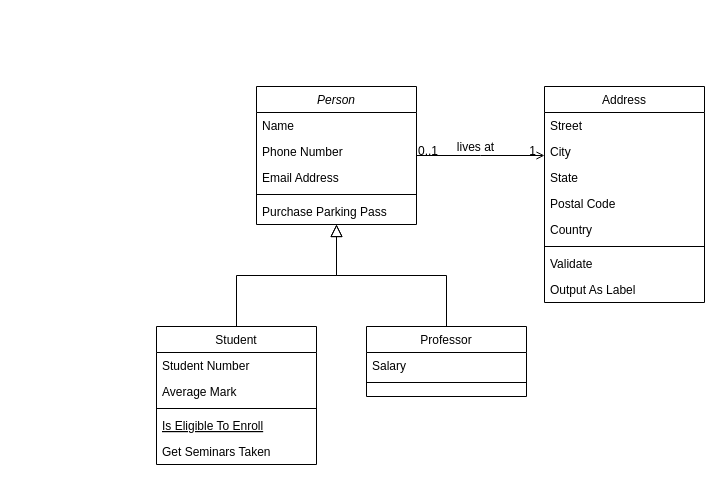
Earlier version of the draw.io diagram 제목 없는 다이어그램.drawio (develoHAM/kdt9_HotDog). Source tidied: cells renumbered, new cells numbered last; positions are measured from the earlier drawing's top-left corner, leaving out a move shared by most shapes. Both pictures are drawn from the tidied source at 100%, with x=0, y=0 at pixel (156, 86).
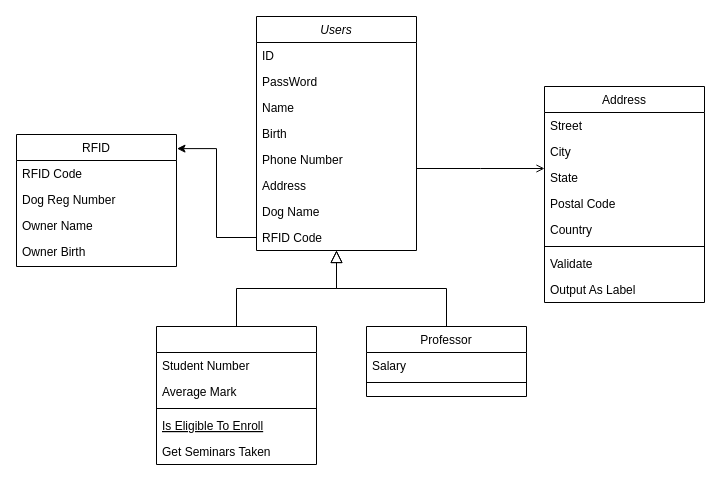
After the change.

Commit message:
제목 없는 다이어그램.drawio 업데이트

Unchanged cells that the change refers to:
```xml
<mxCell id="28" style="endArrow=open;shadow=0;strokeWidth=1;rounded=0;endFill=1;edgeStyle=elbowEdgeStyle;elbow=vertical;" parent="1" edge="1" source="2" target="19">
  <mxGeometry x="0.5" y="41" relative="1" as="geometry">
    <mxPoint x="-40" y="32" as="offset" />
  </mxGeometry>
</mxCell>
```

The edit, as a diff of the source:
```diff
@@
-    <mxCell id="2" value="Person" style="swimlane;fontStyle=2;align=center;verticalAlign=top;horizontal=1;startSize=26;rounded=0;shadow=0;strokeWidth=1;" parent="1" vertex="1">
-      <mxGeometry x="100" width="160" height="138" as="geometry" />
+    <mxCell id="2" value="Users" style="swimlane;fontStyle=2;align=center;verticalAlign=top;horizontal=1;startSize=26;rounded=0;shadow=0;strokeWidth=1;" parent="1" vertex="1">
+      <mxGeometry x="100" y="-70" width="160" height="234" as="geometry" />
     </mxCell>
-    <mxCell id="3" value="Name" style="text;align=left;verticalAlign=top;spacingLeft=4;spacingRight=4;overflow=hidden;" parent="2" vertex="1">
+    <mxCell id="3" value="ID" style="text;align=left;verticalAlign=top;spacingLeft=4;spacingRight=4;overflow=hidden;" parent="2" vertex="1">
       <mxGeometry y="26" width="160" height="26" as="geometry" />
     </mxCell>
+    <mxCell id="5" value="PassWord&#10;" style="text;align=left;verticalAlign=top;spacingLeft=4;spacingRight=4;overflow=hidden;rounded=0;shadow=0;html=0;" parent="2" vertex="1">
+      <mxGeometry y="52" width="160" height="26" as="geometry" />
+    </mxCell>
+    <mxCell id="32" value="Name" style="text;align=left;verticalAlign=top;spacingLeft=4;spacingRight=4;overflow=hidden;rounded=0;shadow=0;html=0;" parent="2" vertex="1">
+      <mxGeometry y="78" width="160" height="26" as="geometry" />
+    </mxCell>
+    <mxCell id="33" value="Birth" style="text;align=left;verticalAlign=top;spacingLeft=4;spacingRight=4;overflow=hidden;rounded=0;shadow=0;html=0;" parent="2" vertex="1">
+      <mxGeometry y="104" width="160" height="26" as="geometry" />
+    </mxCell>
     <mxCell id="4" value="Phone Number" style="text;align=left;verticalAlign=top;spacingLeft=4;spacingRight=4;overflow=hidden;rounded=0;shadow=0;html=0;" parent="2" vertex="1">
-      <mxGeometry y="52" width="160" height="26" as="geometry" />
+      <mxGeometry y="130" width="160" height="26" as="geometry" />
     </mxCell>
-    <mxCell id="5" value="Email Address" style="text;align=left;verticalAlign=top;spacingLeft=4;spacingRight=4;overflow=hidden;rounded=0;shadow=0;html=0;" parent="2" vertex="1">
-      <mxGeometry y="78" width="160" height="26" as="geometry" />
-    </mxCell>
-    <mxCell id="6" style="line;html=1;strokeWidth=1;align=left;verticalAlign=middle;spacingTop=-1;spacingLeft=3;spacingRight=3;labelPosition=right;" parent="2" vertex="1">
-      <mxGeometry y="104" width="160" height="8" as="geometry" />
-    </mxCell>
-    <mxCell id="7" value="Purchase Parking Pass" style="text;align=left;verticalAlign=top;spacingLeft=4;spacingRight=4;overflow=hidden;" parent="2" vertex="1">
-      <mxGeometry y="112" width="160" height="26" as="geometry" />
+    <mxCell id="7" value="Address&#10;" style="text;align=left;verticalAlign=top;spacingLeft=4;spacingRight=4;overflow=hidden;" parent="2" vertex="1">
+      <mxGeometry y="156" width="160" height="26" as="geometry" />
     </mxCell>
+    <mxCell id="34" value="Dog Name" style="text;align=left;verticalAlign=top;spacingLeft=4;spacingRight=4;overflow=hidden;rounded=0;shadow=0;html=0;" parent="2" vertex="1">
+      <mxGeometry y="182" width="160" height="26" as="geometry" />
+    </mxCell>
+    <mxCell id="35" value="RFID Code" style="text;align=left;verticalAlign=top;spacingLeft=4;spacingRight=4;overflow=hidden;points=[[0,0.5],[1,0.5]];portConstraint=eastwest;rounded=0;shadow=0;html=0;" parent="2" vertex="1">
+      <mxGeometry y="208" width="160" height="26" as="geometry" />
+    </mxCell>
-    <mxCell id="8" value="Student" style="swimlane;fontStyle=0;align=center;verticalAlign=top;horizontal=1;startSize=26;rounded=0;shadow=0;strokeWidth=1;" parent="1" vertex="1">
+    <mxCell id="8" style="swimlane;fontStyle=0;align=center;verticalAlign=top;horizontal=1;startSize=26;rounded=0;shadow=0;strokeWidth=1;" parent="1" vertex="1">
       <mxGeometry y="240" width="160" height="138" as="geometry" />
     </mxCell>
@@
-    <mxCell id="29" value="0..1" style="align=left;verticalAlign=bottom;labelBackgroundColor=none;fontSize=12;" parent="28" vertex="1">
-      <mxGeometry x="-1" relative="1" as="geometry">
-        <mxPoint y="4" as="offset" />
-      </mxGeometry>
-    </mxCell>
-    <mxCell id="30" value="1" style="align=right;verticalAlign=bottom;labelBackgroundColor=none;fontSize=12;" parent="28" vertex="1">
-      <mxGeometry x="1" relative="1" as="geometry">
-        <mxPoint x="-7" y="4" as="offset" />
-      </mxGeometry>
-    </mxCell>
-    <mxCell id="31" value="lives at" style="text;html=1;align=center;verticalAlign=middle;labelBackgroundColor=none;rounded=0;shadow=0;strokeWidth=1;fontSize=12;" parent="28" vertex="1">
-      <mxGeometry x="0.5" y="49" relative="1" as="geometry">
-        <mxPoint x="-38" y="40" as="offset" />
-      </mxGeometry>
-    </mxCell>
+    <mxCell id="36" value="RFID" style="swimlane;fontStyle=0;align=center;verticalAlign=top;horizontal=1;startSize=26;rounded=0;shadow=0;strokeWidth=1;" parent="1" vertex="1">
+      <mxGeometry x="-140" y="48" width="160" height="132" as="geometry" />
+    </mxCell>
+    <mxCell id="37" value="RFID Code" style="text;align=left;verticalAlign=top;spacingLeft=4;spacingRight=4;overflow=hidden;rounded=0;shadow=0;html=0;" parent="36" vertex="1">
+      <mxGeometry y="26" width="160" height="26" as="geometry" />
+    </mxCell>
+    <mxCell id="38" value="Dog Reg Number" style="text;align=left;verticalAlign=top;spacingLeft=4;spacingRight=4;overflow=hidden;rounded=0;shadow=0;html=0;" parent="36" vertex="1">
+      <mxGeometry y="52" width="160" height="26" as="geometry" />
+    </mxCell>
+    <mxCell id="39" value="Owner Name&#10;" style="text;align=left;verticalAlign=top;spacingLeft=4;spacingRight=4;overflow=hidden;rounded=0;shadow=0;html=0;" parent="36" vertex="1">
+      <mxGeometry y="78" width="160" height="26" as="geometry" />
+    </mxCell>
+    <mxCell id="40" value="Owner Birth" style="text;align=left;verticalAlign=top;spacingLeft=4;spacingRight=4;overflow=hidden;rounded=0;shadow=0;html=0;" parent="36" vertex="1">
+      <mxGeometry y="104" width="160" height="26" as="geometry" />
+    </mxCell>
+    <mxCell id="41" style="edgeStyle=orthogonalEdgeStyle;rounded=0;jettySize=auto;html=1;entryX=1.003;entryY=0.107;entryDx=0;entryDy=0;entryPerimeter=0;" parent="1" edge="1" source="35" target="36">
+      <mxGeometry relative="1" as="geometry" />
+    </mxCell>
```
